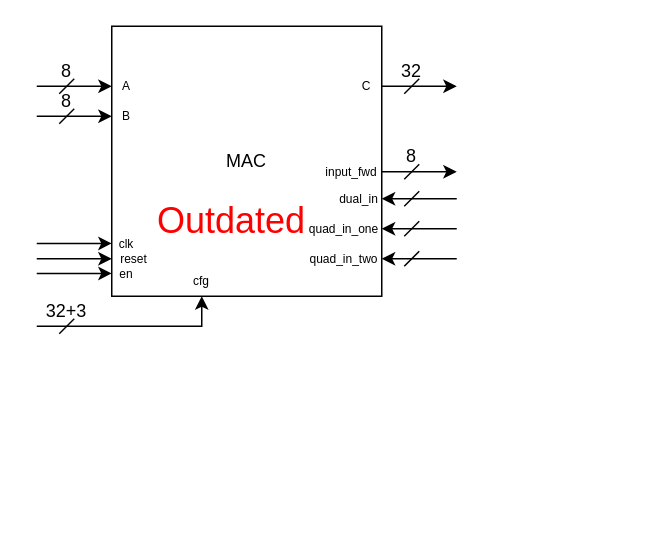
This is page "mul-block" (3 of 8) of diagrams/mac_design.drawio from ucb-cs250/mac_team, a draw.io file, before an edit. Source tidied: cells renumbered, new cells numbered last; positions are measured from the earlier drawing's top-left corner, leaving out a move shared by most shapes. Both pictures are drawn from the tidied source at 150%, with x=0, y=0 at pixel (36, 26).
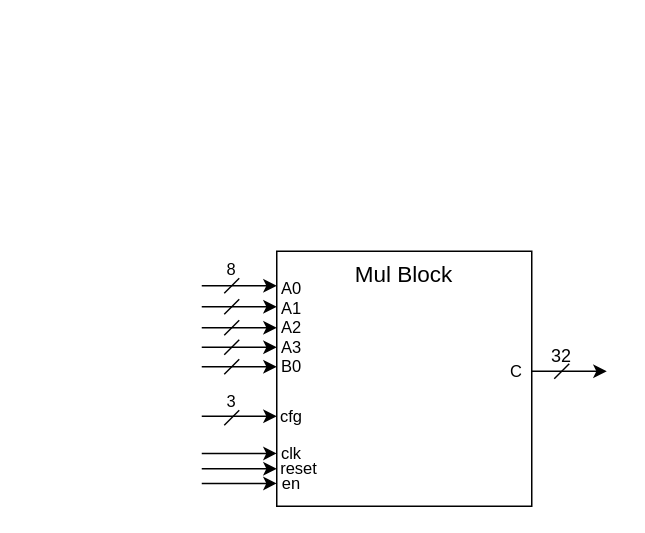
Above is the later version.

Diff of the diagram source:
```diff
@@
-    <mxCell id="2" value="MAC" style="whiteSpace=wrap;html=1;" parent="1" vertex="1">
-      <mxGeometry x="50" width="180" height="180" as="geometry" />
+    <mxCell id="2" value="Mul Block" style="whiteSpace=wrap;html=1;verticalAlign=top;fontSize=15;" parent="1" vertex="1">
+      <mxGeometry x="160" y="150" width="170" height="170" as="geometry" />
     </mxCell>
-    <mxCell id="3" style="endArrow=classic;html=1;" parent="1" edge="1">
-      <mxGeometry relative="1" as="geometry">
-        <mxPoint y="60" as="sourcePoint" />
-        <mxPoint x="50" y="60" as="targetPoint" />
-      </mxGeometry>
-    </mxCell>
-    <mxCell id="4" style="endArrow=none;html=1;" parent="1" edge="1">
-      <mxGeometry relative="1" as="geometry">
-        <mxPoint x="15" y="65" as="sourcePoint" />
-        <mxPoint x="25" y="55" as="targetPoint" />
-      </mxGeometry>
-    </mxCell>
-    <mxCell id="5" value="8" style="text;html=1;strokeColor=none;fillColor=none;align=center;verticalAlign=middle;whiteSpace=wrap;rounded=0;" parent="1" vertex="1">
-      <mxGeometry y="40" width="40" height="20" as="geometry" />
-    </mxCell>
-    <mxCell id="6" style="endArrow=classic;html=1;" parent="1" edge="1">
-      <mxGeometry relative="1" as="geometry">
-        <mxPoint y="40" as="sourcePoint" />
-        <mxPoint x="50" y="40" as="targetPoint" />
-      </mxGeometry>
-    </mxCell>
-    <mxCell id="7" style="endArrow=none;html=1;" parent="1" edge="1">
-      <mxGeometry relative="1" as="geometry">
-        <mxPoint x="15" y="45" as="sourcePoint" />
-        <mxPoint x="25" y="35" as="targetPoint" />
-      </mxGeometry>
-    </mxCell>
-    <mxCell id="8" value="8" style="text;html=1;strokeColor=none;fillColor=none;align=center;verticalAlign=middle;whiteSpace=wrap;rounded=0;" parent="1" vertex="1">
-      <mxGeometry y="20" width="40" height="20" as="geometry" />
-    </mxCell>
     <mxCell id="9" style="endArrow=classic;html=1;" parent="1" edge="1">
       <mxGeometry relative="1" as="geometry">
-        <mxPoint x="230" y="40" as="sourcePoint" />
-        <mxPoint x="280" y="40" as="targetPoint" />
+        <mxPoint x="330" y="230" as="sourcePoint" />
+        <mxPoint x="380" y="230" as="targetPoint" />
       </mxGeometry>
     </mxCell>
-    <mxCell id="10" style="endArrow=none;html=1;" parent="1" edge="1">
+    <mxCell id="10" style="endArrow=none;html=1;fontSize=11;" parent="1" edge="1">
       <mxGeometry relative="1" as="geometry">
-        <mxPoint x="245" y="45" as="sourcePoint" />
-        <mxPoint x="255" y="35" as="targetPoint" />
+        <mxPoint x="345" y="235" as="sourcePoint" />
+        <mxPoint x="355" y="225" as="targetPoint" />
       </mxGeometry>
     </mxCell>
     <mxCell id="11" value="32" style="text;html=1;strokeColor=none;fillColor=none;align=center;verticalAlign=middle;whiteSpace=wrap;rounded=0;" parent="1" vertex="1">
-      <mxGeometry x="230" y="20" width="40" height="20" as="geometry" />
+      <mxGeometry x="330" y="210" width="40" height="20" as="geometry" />
     </mxCell>
-    <mxCell id="12" style="endArrow=classic;html=1;" parent="1" edge="1">
-      <mxGeometry relative="1" as="geometry">
-        <mxPoint x="230" y="97" as="sourcePoint" />
-        <mxPoint x="280" y="97" as="targetPoint" />
-      </mxGeometry>
-    </mxCell>
-    <mxCell id="13" style="endArrow=none;html=1;" parent="1" edge="1">
-      <mxGeometry relative="1" as="geometry">
-        <mxPoint x="245" y="102" as="sourcePoint" />
-        <mxPoint x="255" y="92" as="targetPoint" />
-      </mxGeometry>
-    </mxCell>
-    <mxCell id="14" value="8" style="text;html=1;strokeColor=none;fillColor=none;align=center;verticalAlign=middle;whiteSpace=wrap;rounded=0;" parent="1" vertex="1">
-      <mxGeometry x="230" y="77" width="40" height="20" as="geometry" />
-    </mxCell>
-    <mxCell id="15" style="endArrow=none;html=1;endFill=0;startArrow=classic;startFill=1;" parent="1" edge="1">
-      <mxGeometry relative="1" as="geometry">
-        <mxPoint x="230" y="115" as="sourcePoint" />
-        <mxPoint x="280" y="115" as="targetPoint" />
-      </mxGeometry>
-    </mxCell>
-    <mxCell id="16" style="endArrow=none;html=1;" parent="1" edge="1">
-      <mxGeometry relative="1" as="geometry">
-        <mxPoint x="245" y="120" as="sourcePoint" />
-        <mxPoint x="255" y="110" as="targetPoint" />
-      </mxGeometry>
-    </mxCell>
-    <mxCell id="17" style="endArrow=none;html=1;endFill=0;startArrow=classic;startFill=1;" parent="1" edge="1">
-      <mxGeometry relative="1" as="geometry">
-        <mxPoint x="230" y="135" as="sourcePoint" />
-        <mxPoint x="280" y="135" as="targetPoint" />
-      </mxGeometry>
-    </mxCell>
-    <mxCell id="18" style="endArrow=none;html=1;endFill=0;" parent="1" edge="1">
-      <mxGeometry relative="1" as="geometry">
-        <mxPoint x="245" y="140" as="sourcePoint" />
-        <mxPoint x="255" y="130" as="targetPoint" />
-      </mxGeometry>
-    </mxCell>
-    <mxCell id="19" style="endArrow=none;html=1;endFill=0;startArrow=classic;startFill=1;" parent="1" edge="1">
-      <mxGeometry relative="1" as="geometry">
-        <mxPoint x="230" y="155" as="sourcePoint" />
-        <mxPoint x="280" y="155" as="targetPoint" />
-      </mxGeometry>
-    </mxCell>
-    <mxCell id="20" style="endArrow=none;html=1;endFill=0;" parent="1" edge="1">
-      <mxGeometry relative="1" as="geometry">
-        <mxPoint x="245" y="160" as="sourcePoint" />
-        <mxPoint x="255" y="150" as="targetPoint" />
-      </mxGeometry>
-    </mxCell>
-    <mxCell id="21" value="C" style="text;html=1;strokeColor=none;fillColor=none;align=center;verticalAlign=middle;whiteSpace=wrap;rounded=0;fontSize=8;" parent="1" vertex="1">
-      <mxGeometry x="210" y="30" width="20" height="20" as="geometry" />
+    <mxCell id="21" value="C" style="text;html=1;strokeColor=none;fillColor=none;align=center;verticalAlign=middle;whiteSpace=wrap;rounded=0;fontSize=11;" parent="1" vertex="1">
+      <mxGeometry x="310" y="220" width="20" height="20" as="geometry" />
     </mxCell>
-    <mxCell id="22" value="input_fwd" style="text;html=1;strokeColor=none;fillColor=none;align=center;verticalAlign=middle;whiteSpace=wrap;rounded=0;fontSize=8;" parent="1" vertex="1">
-      <mxGeometry x="190" y="87" width="40" height="20" as="geometry" />
-    </mxCell>
-    <mxCell id="23" value="dual_in" style="text;html=1;strokeColor=none;fillColor=none;align=center;verticalAlign=middle;whiteSpace=wrap;rounded=0;fontSize=8;" parent="1" vertex="1">
-      <mxGeometry x="200" y="105" width="30" height="20" as="geometry" />
-    </mxCell>
-    <mxCell id="24" value="quad_in_one" style="text;html=1;strokeColor=none;fillColor=none;align=center;verticalAlign=middle;whiteSpace=wrap;rounded=0;fontSize=8;" parent="1" vertex="1">
-      <mxGeometry x="180" y="125" width="50" height="20" as="geometry" />
-    </mxCell>
-    <mxCell id="25" value="quad_in_two" style="text;html=1;strokeColor=none;fillColor=none;align=center;verticalAlign=middle;whiteSpace=wrap;rounded=0;fontSize=8;" parent="1" vertex="1">
-      <mxGeometry x="180" y="145" width="50" height="20" as="geometry" />
-    </mxCell>
-    <mxCell id="26" value="A" style="text;html=1;strokeColor=none;fillColor=none;align=center;verticalAlign=middle;whiteSpace=wrap;rounded=0;fontSize=8;" parent="1" vertex="1">
-      <mxGeometry x="50" y="30" width="20" height="20" as="geometry" />
-    </mxCell>
-    <mxCell id="27" value="B" style="text;html=1;strokeColor=none;fillColor=none;align=center;verticalAlign=middle;whiteSpace=wrap;rounded=0;fontSize=8;" parent="1" vertex="1">
-      <mxGeometry x="50" y="50" width="20" height="20" as="geometry" />
-    </mxCell>
     <mxCell id="28" style="endArrow=classic;html=1;" parent="1" edge="1">
       <mxGeometry relative="1" as="geometry">
-        <mxPoint y="144.8" as="sourcePoint" />
-        <mxPoint x="50" y="144.8" as="targetPoint" />
+        <mxPoint x="110" y="284.8" as="sourcePoint" />
+        <mxPoint x="160" y="284.8" as="targetPoint" />
       </mxGeometry>
     </mxCell>
     <mxCell id="29" style="endArrow=classic;html=1;" parent="1" edge="1">
       <mxGeometry relative="1" as="geometry">
-        <mxPoint y="155" as="sourcePoint" />
-        <mxPoint x="50" y="155" as="targetPoint" />
+        <mxPoint x="110" y="295" as="sourcePoint" />
+        <mxPoint x="160" y="295" as="targetPoint" />
       </mxGeometry>
     </mxCell>
     <mxCell id="30" style="endArrow=classic;html=1;" parent="1" edge="1">
       <mxGeometry relative="1" as="geometry">
-        <mxPoint y="164.8" as="sourcePoint" />
-        <mxPoint x="50" y="164.8" as="targetPoint" />
+        <mxPoint x="110" y="304.8" as="sourcePoint" />
+        <mxPoint x="160" y="304.8" as="targetPoint" />
       </mxGeometry>
     </mxCell>
-    <mxCell id="31" value="clk" style="text;html=1;strokeColor=none;fillColor=none;align=center;verticalAlign=middle;whiteSpace=wrap;rounded=0;fontSize=8;" parent="1" vertex="1">
-      <mxGeometry x="50" y="135" width="20" height="20" as="geometry" />
+    <mxCell id="31" value="clk" style="text;html=1;strokeColor=none;fillColor=none;align=center;verticalAlign=middle;whiteSpace=wrap;rounded=0;fontSize=11;" parent="1" vertex="1">
+      <mxGeometry x="160" y="275" width="20" height="20" as="geometry" />
     </mxCell>
-    <mxCell id="32" value="reset" style="text;html=1;strokeColor=none;fillColor=none;align=center;verticalAlign=middle;whiteSpace=wrap;rounded=0;fontSize=8;" parent="1" vertex="1">
-      <mxGeometry x="50" y="145" width="30" height="20" as="geometry" />
+    <mxCell id="32" value="reset" style="text;html=1;strokeColor=none;fillColor=none;align=center;verticalAlign=middle;whiteSpace=wrap;rounded=0;fontSize=11;" parent="1" vertex="1">
+      <mxGeometry x="160" y="285" width="30" height="20" as="geometry" />
     </mxCell>
-    <mxCell id="33" value="en" style="text;html=1;strokeColor=none;fillColor=none;align=center;verticalAlign=middle;whiteSpace=wrap;rounded=0;fontSize=8;" parent="1" vertex="1">
-      <mxGeometry x="50" y="155" width="20" height="20" as="geometry" />
+    <mxCell id="33" value="en" style="text;html=1;strokeColor=none;fillColor=none;align=center;verticalAlign=middle;whiteSpace=wrap;rounded=0;fontSize=11;" parent="1" vertex="1">
+      <mxGeometry x="160" y="295" width="20" height="20" as="geometry" />
     </mxCell>
-    <mxCell id="34" value="cfg" style="text;html=1;strokeColor=none;fillColor=none;align=center;verticalAlign=middle;whiteSpace=wrap;rounded=0;fontSize=8;" parent="1" vertex="1">
-      <mxGeometry x="100" y="160" width="20" height="20" as="geometry" />
+    <mxCell id="34" value="cfg" style="text;html=1;strokeColor=none;fillColor=none;align=center;verticalAlign=middle;whiteSpace=wrap;rounded=0;fontSize=11;" parent="1" vertex="1">
+      <mxGeometry x="160" y="250" width="20" height="20" as="geometry" />
     </mxCell>
-    <mxCell id="35" style="endArrow=classic;html=1;entryX=0.5;entryY=1;entryDx=0;entryDy=0;rounded=0;" parent="1" edge="1" target="34">
-      <mxGeometry relative="1" as="geometry">
-        <mxPoint y="200" as="sourcePoint" />
-        <Array as="points">
-          <mxPoint x="110" y="200" />
-        </Array>
-      </mxGeometry>
-    </mxCell>
-    <mxCell id="36" style="endArrow=none;html=1;" parent="1" edge="1">
-      <mxGeometry relative="1" as="geometry">
-        <mxPoint x="15" y="205" as="sourcePoint" />
-        <mxPoint x="25" y="195" as="targetPoint" />
-      </mxGeometry>
-    </mxCell>
-    <mxCell id="37" value="32+3" style="text;html=1;strokeColor=none;fillColor=none;align=center;verticalAlign=middle;whiteSpace=wrap;rounded=0;" parent="1" vertex="1">
-      <mxGeometry y="180" width="40" height="20" as="geometry" />
-    </mxCell>
-    <mxCell id="38" value="&lt;font color=&quot;#ff0000&quot; style=&quot;font-size: 24px&quot;&gt;Outdated&lt;/font&gt;" style="text;html=1;strokeColor=none;fillColor=none;align=center;verticalAlign=middle;whiteSpace=wrap;rounded=0;" parent="1" vertex="1">
-      <mxGeometry x="10" y="95" width="240" height="70" as="geometry" />
-    </mxCell>
+    <mxCell id="39" value="A0&lt;br style=&quot;font-size: 11px;&quot;&gt;A1&lt;br style=&quot;font-size: 11px;&quot;&gt;A2&lt;br style=&quot;font-size: 11px;&quot;&gt;A3&lt;br style=&quot;font-size: 11px;&quot;&gt;B0" style="text;strokeColor=none;fillColor=none;align=center;verticalAlign=middle;whiteSpace=wrap;rounded=0;spacing=0;spacingTop=0;fontSize=11;html=1;" parent="1" vertex="1">
+      <mxGeometry x="160" y="181" width="20" height="40" as="geometry" />
+    </mxCell>
+    <mxCell id="40" style="endArrow=classic;html=1;fontSize=11;" parent="1" edge="1">
+      <mxGeometry relative="1" as="geometry">
+        <mxPoint x="110" y="173" as="sourcePoint" />
+        <mxPoint x="160" y="173" as="targetPoint" />
+      </mxGeometry>
+    </mxCell>
+    <mxCell id="41" style="endArrow=none;html=1;fontSize=11;" parent="1" edge="1">
+      <mxGeometry relative="1" as="geometry">
+        <mxPoint x="125" y="178" as="sourcePoint" />
+        <mxPoint x="135" y="168" as="targetPoint" />
+      </mxGeometry>
+    </mxCell>
+    <mxCell id="42" value="8" style="text;html=1;strokeColor=none;fillColor=none;align=center;verticalAlign=middle;whiteSpace=wrap;rounded=0;fontSize=11;" parent="1" vertex="1">
+      <mxGeometry x="110" y="152" width="40" height="20" as="geometry" />
+    </mxCell>
+    <mxCell id="43" style="endArrow=classic;html=1;fontSize=11;" parent="1" edge="1">
+      <mxGeometry relative="1" as="geometry">
+        <mxPoint x="110" y="187" as="sourcePoint" />
+        <mxPoint x="160" y="187" as="targetPoint" />
+      </mxGeometry>
+    </mxCell>
+    <mxCell id="44" style="endArrow=none;html=1;fontSize=11;" parent="1" edge="1">
+      <mxGeometry relative="1" as="geometry">
+        <mxPoint x="125" y="192" as="sourcePoint" />
+        <mxPoint x="135" y="182" as="targetPoint" />
+      </mxGeometry>
+    </mxCell>
+    <mxCell id="45" style="endArrow=classic;html=1;fontSize=11;" parent="1" edge="1">
+      <mxGeometry relative="1" as="geometry">
+        <mxPoint x="110" y="201" as="sourcePoint" />
+        <mxPoint x="160" y="201" as="targetPoint" />
+      </mxGeometry>
+    </mxCell>
+    <mxCell id="46" style="endArrow=none;html=1;fontSize=11;" parent="1" edge="1">
+      <mxGeometry relative="1" as="geometry">
+        <mxPoint x="125" y="206" as="sourcePoint" />
+        <mxPoint x="135" y="196" as="targetPoint" />
+      </mxGeometry>
+    </mxCell>
+    <mxCell id="47" style="endArrow=classic;html=1;fontSize=11;" parent="1" edge="1">
+      <mxGeometry relative="1" as="geometry">
+        <mxPoint x="110" y="214" as="sourcePoint" />
+        <mxPoint x="160" y="214" as="targetPoint" />
+      </mxGeometry>
+    </mxCell>
+    <mxCell id="48" style="endArrow=none;html=1;fontSize=11;" parent="1" edge="1">
+      <mxGeometry relative="1" as="geometry">
+        <mxPoint x="125" y="219" as="sourcePoint" />
+        <mxPoint x="135" y="209" as="targetPoint" />
+      </mxGeometry>
+    </mxCell>
+    <mxCell id="49" style="endArrow=classic;html=1;fontSize=11;" parent="1" edge="1">
+      <mxGeometry relative="1" as="geometry">
+        <mxPoint x="110" y="227" as="sourcePoint" />
+        <mxPoint x="160" y="227" as="targetPoint" />
+      </mxGeometry>
+    </mxCell>
+    <mxCell id="50" style="endArrow=none;html=1;fontSize=11;" parent="1" edge="1">
+      <mxGeometry relative="1" as="geometry">
+        <mxPoint x="125" y="232" as="sourcePoint" />
+        <mxPoint x="135" y="222" as="targetPoint" />
+      </mxGeometry>
+    </mxCell>
+    <mxCell id="51" style="endArrow=classic;html=1;" parent="1" edge="1">
+      <mxGeometry relative="1" as="geometry">
+        <mxPoint x="110" y="260" as="sourcePoint" />
+        <mxPoint x="160" y="260" as="targetPoint" />
+      </mxGeometry>
+    </mxCell>
+    <mxCell id="52" style="endArrow=none;html=1;fontSize=11;" parent="1" edge="1">
+      <mxGeometry relative="1" as="geometry">
+        <mxPoint x="125" y="266" as="sourcePoint" />
+        <mxPoint x="135" y="256" as="targetPoint" />
+      </mxGeometry>
+    </mxCell>
+    <mxCell id="53" value="3" style="text;html=1;strokeColor=none;fillColor=none;align=center;verticalAlign=middle;whiteSpace=wrap;rounded=0;fontSize=11;" parent="1" vertex="1">
+      <mxGeometry x="110" y="240" width="40" height="20" as="geometry" />
+    </mxCell>
```
